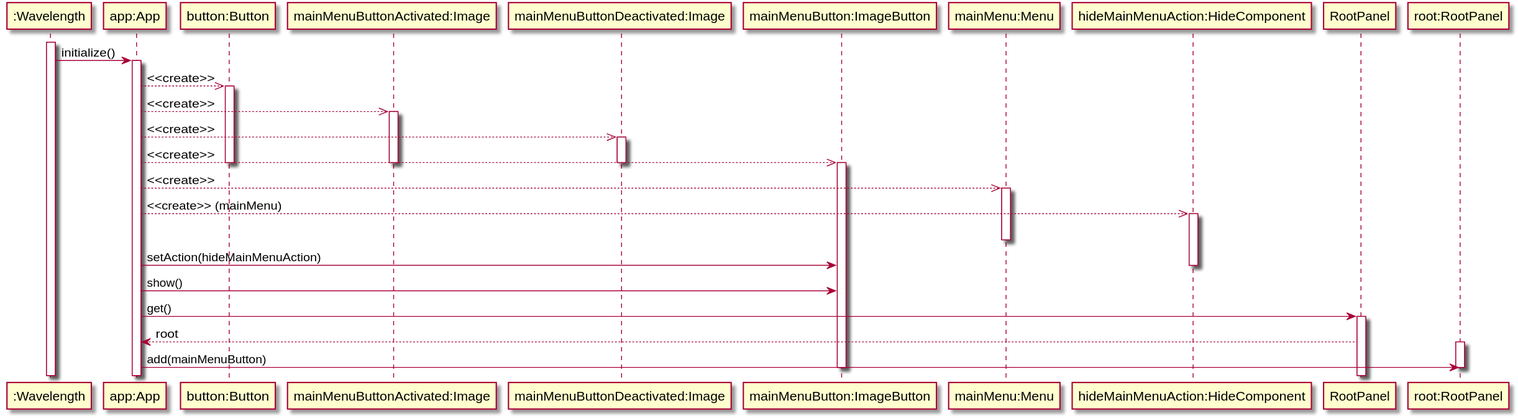
The PlantUML diagram design/Sequenzdiagramme/initialization.svg in wavelength-ide/wavelength-ide, before a commit.
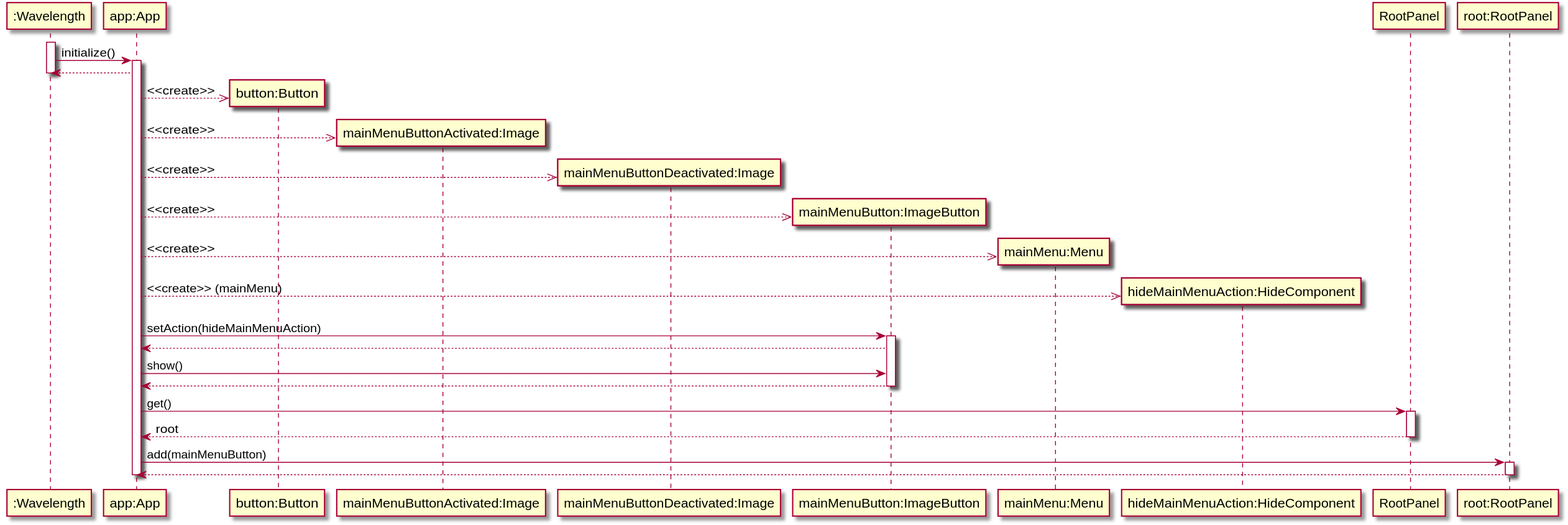
Above is the later version.

Commit message:
refactor init sequence diagram to fit uml standard

Change to the diagram source:
```diff
@@ -14,31 +14,44 @@
 activate wl
 wl -> app : initialize()
 activate app
+wl <-- app
+deactivate wl
+
+create button
 app -->> button : <<create>>
-activate button
+
+create mmba
 app -->> mmba : <<create>>
-activate mmba
+
+create mmbd
 app -->> mmbd : <<create>>
-activate mmbd
+
+create mmb
 app -->> mmb : <<create>>
-deactivate button
-deactivate mmba
-deactivate mmbd
+
+create mm
+app -->> mm : <<create>>
+
+create hca
+app -->> hca : <<create>> (mainMenu)
+
+app -> mmb : setAction(hideMainMenuAction)
 activate mmb
-app -->> mm : <<create>>
-activate mm
-app -->> hca : <<create>> (mainMenu)
-activate hca
-deactivate mm
-app -> mmb : setAction(hideMainMenuAction)
-deactivate hca
+app <-- mmb
 app -> mmb : show()
+app <-- mmb
+deactivate mmb
+
 app -> rp : get()
 activate rp
-rp --> app : root
+app <-- rp : root
+deactivate rp
+
+app -> root : add(mainMenuButton)
 activate root
-app -> root : add(mainMenuButton)
+app <-- root
 deactivate root
-deactivate mmb
+
+deactivate app
 
 @enduml
```
